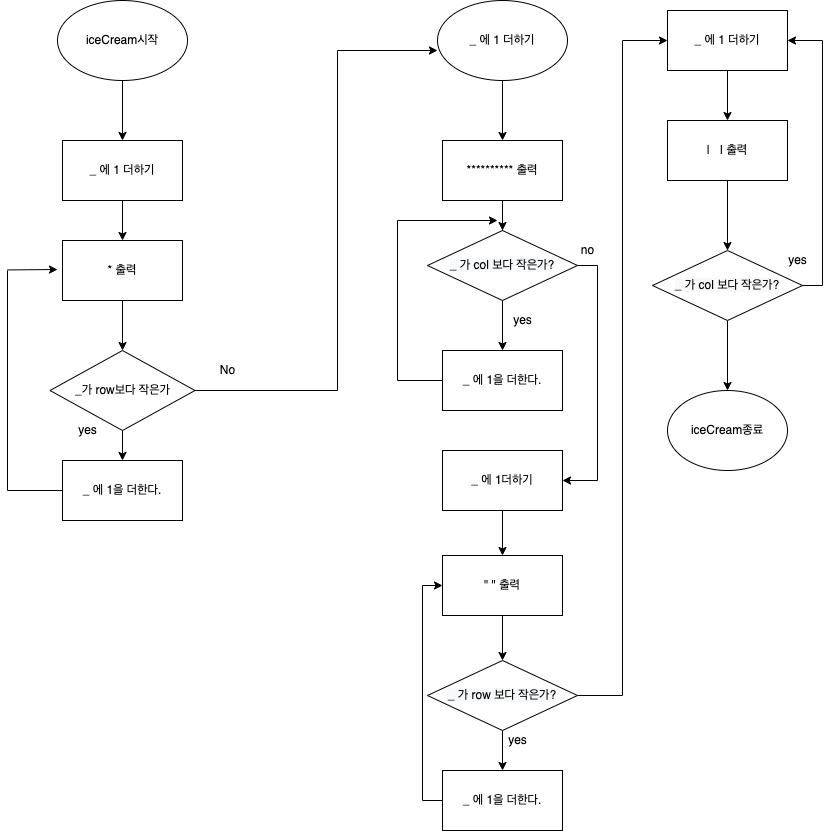
Above: week1_flowchart.png in yagom-academy/swift-starter-camp-4th (draw.io), before the change. Source tidied: cells renumbered, new cells last; positions are measured from the earlier drawing's top-left corner, leaving out a move shared by most shapes.
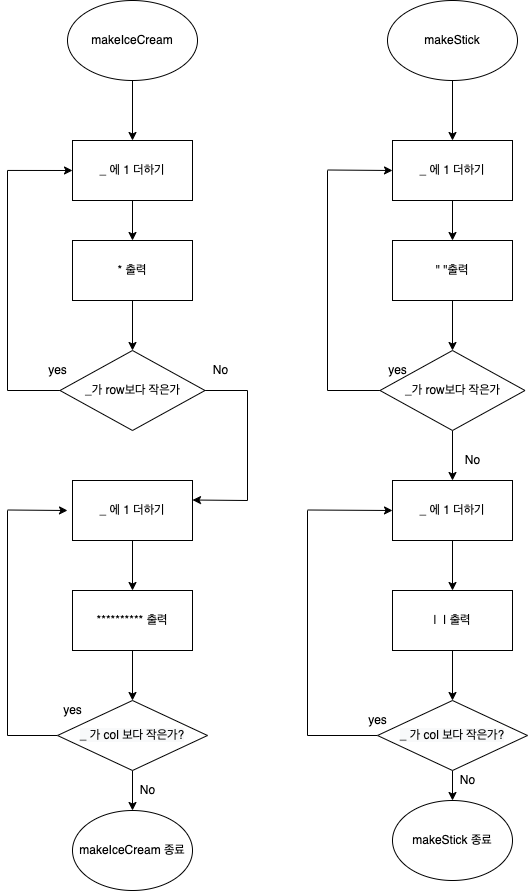
Later version of the same file.

Change to the diagram source:
```diff
@@ -5,7 +5,7 @@
     <mxCell id="2" style="edgeStyle=orthogonalEdgeStyle;rounded=0;jettySize=auto;html=1;exitX=0.5;exitY=1;exitDx=0;exitDy=0;entryX=0.5;entryY=0;entryDx=0;entryDy=0;" parent="1" edge="1" source="3" target="5">
       <mxGeometry relative="1" as="geometry" />
     </mxCell>
-    <mxCell id="3" value="iceCream시작" style="ellipse;whiteSpace=wrap;html=1;" parent="1" vertex="1">
+    <mxCell id="3" value="makeIceCream" style="ellipse;whiteSpace=wrap;html=1;" parent="1" vertex="1">
       <mxGeometry x="50" width="130" height="80" as="geometry" />
     </mxCell>
     <mxCell id="4" style="edgeStyle=orthogonalEdgeStyle;rounded=0;jettySize=auto;html=1;entryX=0.5;entryY=0;entryDx=0;entryDy=0;" parent="1" edge="1" source="5" target="7">
@@ -20,156 +20,153 @@
     <mxCell id="7" value="* 출력" style="rounded=0;whiteSpace=wrap;html=1;" parent="1" vertex="1">
       <mxGeometry x="55" y="240" width="120" height="60" as="geometry" />
     </mxCell>
-    <mxCell id="8" style="edgeStyle=orthogonalEdgeStyle;rounded=0;jettySize=auto;html=1;entryX=0.5;entryY=0;entryDx=0;entryDy=0;endArrow=classic;endFill=1;" parent="1" edge="1" source="10" target="12">
-      <mxGeometry relative="1" as="geometry" />
-    </mxCell>
-    <mxCell id="9" style="edgeStyle=orthogonalEdgeStyle;rounded=0;jettySize=auto;html=1;endArrow=none;endFill=0;" parent="1" edge="1" source="10">
-      <mxGeometry relative="1" as="geometry">
-        <mxPoint x="370" y="50" as="targetPoint" />
-        <Array as="points">
-          <mxPoint x="330" y="390" />
-          <mxPoint x="330" y="50" />
-        </Array>
-      </mxGeometry>
-    </mxCell>
+    <mxCell id="49" style="edgeStyle=orthogonalEdgeStyle;rounded=0;jettySize=auto;html=1;endArrow=none;endFill=0;" parent="1" edge="1" source="10">
+      <mxGeometry relative="1" as="geometry">
+        <mxPoint x="230" y="500" as="targetPoint" />
+        <Array as="points">
+          <mxPoint x="230" y="390" />
+        </Array>
+      </mxGeometry>
+    </mxCell>
+    <mxCell id="50" style="edgeStyle=orthogonalEdgeStyle;rounded=0;jettySize=auto;html=1;endArrow=none;endFill=0;" parent="1" edge="1" source="10">
+      <mxGeometry relative="1" as="geometry">
+        <mxPoint x="-10" y="170" as="targetPoint" />
+      </mxGeometry>
+    </mxCell>
     <mxCell id="10" value="_가 row보다 작은가" style="rhombus;whiteSpace=wrap;html=1;" parent="1" vertex="1">
       <mxGeometry x="42.5" y="350" width="145" height="80" as="geometry" />
     </mxCell>
-    <mxCell id="11" style="edgeStyle=orthogonalEdgeStyle;rounded=0;jettySize=auto;html=1;endArrow=none;endFill=0;" parent="1" edge="1" source="12">
-      <mxGeometry relative="1" as="geometry">
-        <mxPoint y="270" as="targetPoint" />
-      </mxGeometry>
-    </mxCell>
-    <mxCell id="12" value="_ 에 1을 더한다." style="rounded=0;whiteSpace=wrap;html=1;" parent="1" vertex="1">
-      <mxGeometry x="55" y="460" width="120" height="60" as="geometry" />
-    </mxCell>
     <mxCell id="13" value="No" style="text;html=1;align=center;verticalAlign=middle;strokeColor=none;fillColor=none;" parent="1" vertex="1">
-      <mxGeometry x="205" y="360" width="30" height="20" as="geometry" />
+      <mxGeometry x="187.5" y="360" width="30" height="20" as="geometry" />
     </mxCell>
-    <mxCell id="14" style="edgeStyle=orthogonalEdgeStyle;rounded=0;jettySize=auto;html=1;exitX=0.5;exitY=1;exitDx=0;exitDy=0;entryX=0.5;entryY=0;entryDx=0;entryDy=0;" parent="1" edge="1" target="17">
-      <mxGeometry relative="1" as="geometry">
-        <mxPoint x="495" y="80" as="sourcePoint" />
-      </mxGeometry>
-    </mxCell>
-    <mxCell id="15" style="edgeStyle=orthogonalEdgeStyle;rounded=0;jettySize=auto;html=1;entryX=0.5;entryY=0;entryDx=0;entryDy=0;" parent="1" edge="1" source="17">
-      <mxGeometry relative="1" as="geometry">
-        <mxPoint x="495" y="240" as="targetPoint" />
-      </mxGeometry>
-    </mxCell>
-    <mxCell id="16" style="edgeStyle=orthogonalEdgeStyle;rounded=0;jettySize=auto;html=1;entryX=0.5;entryY=0;entryDx=0;entryDy=0;" parent="1" edge="1" source="17" target="21">
-      <mxGeometry relative="1" as="geometry" />
-    </mxCell>
+    <mxCell id="51" style="edgeStyle=orthogonalEdgeStyle;rounded=0;jettySize=auto;html=1;entryX=0.5;entryY=0;entryDx=0;entryDy=0;endArrow=classic;endFill=1;" parent="1" edge="1" source="17" target="55">
+      <mxGeometry relative="1" as="geometry" />
+    </mxCell>
     <mxCell id="17" value="********** 출력" style="rounded=0;whiteSpace=wrap;html=1;" parent="1" vertex="1">
-      <mxGeometry x="435" y="140" width="120" height="60" as="geometry" />
+      <mxGeometry x="55" y="590" width="120" height="60" as="geometry" />
     </mxCell>
-    <mxCell id="18" style="edgeStyle=orthogonalEdgeStyle;rounded=0;orthogonalLoop=1;jettySize=auto;html=1;entryX=0.5;entryY=0;entryDx=0;entryDy=0;" parent="1" edge="1">
-      <mxGeometry relative="1" as="geometry">
-        <mxPoint x="495" y="300" as="sourcePoint" />
-        <mxPoint x="495" y="350" as="targetPoint" />
-      </mxGeometry>
-    </mxCell>
-    <mxCell id="19" value="_ 에 1 더하기" style="ellipse;whiteSpace=wrap;html=1;" parent="1" vertex="1">
-      <mxGeometry x="430" width="130" height="80" as="geometry" />
-    </mxCell>
-    <mxCell id="20" style="edgeStyle=orthogonalEdgeStyle;rounded=0;jettySize=auto;html=1;exitX=1;exitY=0.5;exitDx=0;exitDy=0;entryX=1;entryY=0.5;entryDx=0;entryDy=0;endArrow=classic;endFill=1;" parent="1" edge="1" source="21" target="29">
-      <mxGeometry relative="1" as="geometry" />
-    </mxCell>
-    <mxCell id="21" value="&lt;meta charset=&quot;utf-8&quot;&gt;&lt;span style=&quot;color: rgb(0, 0, 0); font-family: helvetica; font-size: 12px; font-style: normal; font-weight: 400; letter-spacing: normal; text-align: center; text-indent: 0px; text-transform: none; word-spacing: 0px; background-color: rgb(248, 249, 250); display: inline; float: none;&quot;&gt;_ 가 col 보다 작은가?&lt;/span&gt;" style="rhombus;whiteSpace=wrap;html=1;" parent="1" vertex="1">
-      <mxGeometry x="420" y="230" width="150" height="70" as="geometry" />
-    </mxCell>
-    <mxCell id="22" style="edgeStyle=orthogonalEdgeStyle;rounded=0;jettySize=auto;html=1;endArrow=none;endFill=0;" parent="1" edge="1" source="23">
-      <mxGeometry relative="1" as="geometry">
-        <mxPoint x="390" y="220" as="targetPoint" />
-      </mxGeometry>
-    </mxCell>
-    <mxCell id="23" value="_ 에 1을 더한다." style="rounded=0;whiteSpace=wrap;html=1;" parent="1" vertex="1">
-      <mxGeometry x="435" y="350" width="120" height="60" as="geometry" />
-    </mxCell>
     <mxCell id="24" value="yes" style="text;html=1;align=center;verticalAlign=middle;strokeColor=none;fillColor=none;" parent="1" vertex="1">
-      <mxGeometry x="65" y="420" width="30" height="20" as="geometry" />
+      <mxGeometry x="25" y="360" width="30" height="20" as="geometry" />
     </mxCell>
-    <mxCell id="25" value="yes" style="text;html=1;align=center;verticalAlign=middle;strokeColor=none;fillColor=none;" parent="1" vertex="1">
-      <mxGeometry x="500" y="310" width="30" height="20" as="geometry" />
-    </mxCell>
-    <mxCell id="26" style="endArrow=classic;html=1;rounded=0;" parent="1" edge="1">
-      <mxGeometry relative="1" as="geometry">
-        <mxPoint x="390" y="220" as="sourcePoint" />
-        <mxPoint x="490" y="220" as="targetPoint" />
-      </mxGeometry>
-    </mxCell>
-    <mxCell id="27" style="endArrow=classic;html=1;rounded=0;" parent="1" edge="1">
-      <mxGeometry relative="1" as="geometry">
-        <mxPoint x="360" y="50" as="sourcePoint" />
-        <mxPoint x="430" y="50" as="targetPoint" />
-      </mxGeometry>
-    </mxCell>
-    <mxCell id="28" style="edgeStyle=orthogonalEdgeStyle;rounded=0;jettySize=auto;html=1;exitX=0.5;exitY=1;exitDx=0;exitDy=0;entryX=0.5;entryY=0;entryDx=0;entryDy=0;endArrow=classic;endFill=1;" parent="1" edge="1" source="29" target="32">
-      <mxGeometry relative="1" as="geometry" />
-    </mxCell>
-    <mxCell id="29" value="_ 에 1더하기" style="rounded=0;whiteSpace=wrap;html=1;" parent="1" vertex="1">
-      <mxGeometry x="435" y="450" width="120" height="60" as="geometry" />
-    </mxCell>
-    <mxCell id="30" value="no" style="text;html=1;align=center;verticalAlign=middle;strokeColor=none;fillColor=none;" parent="1" vertex="1">
-      <mxGeometry x="565" y="240" width="30" height="20" as="geometry" />
-    </mxCell>
-    <mxCell id="31" style="edgeStyle=orthogonalEdgeStyle;rounded=0;jettySize=auto;html=1;exitX=0.5;exitY=1;exitDx=0;exitDy=0;entryX=0.5;entryY=0;entryDx=0;entryDy=0;endArrow=classic;endFill=1;" parent="1" edge="1" source="32" target="35">
-      <mxGeometry relative="1" as="geometry" />
-    </mxCell>
-    <mxCell id="32" value="&quot; &quot; 출력" style="rounded=0;whiteSpace=wrap;html=1;" parent="1" vertex="1">
-      <mxGeometry x="435" y="555" width="120" height="60" as="geometry" />
-    </mxCell>
-    <mxCell id="33" style="edgeStyle=orthogonalEdgeStyle;rounded=0;jettySize=auto;html=1;exitX=0.5;exitY=1;exitDx=0;exitDy=0;entryX=0.5;entryY=0;entryDx=0;entryDy=0;endArrow=classic;endFill=1;" parent="1" edge="1" source="35" target="37">
-      <mxGeometry relative="1" as="geometry" />
-    </mxCell>
-    <mxCell id="34" style="edgeStyle=orthogonalEdgeStyle;rounded=0;jettySize=auto;html=1;entryX=0;entryY=0.5;entryDx=0;entryDy=0;endArrow=classic;endFill=1;" parent="1" edge="1" source="35" target="41">
-      <mxGeometry relative="1" as="geometry" />
-    </mxCell>
-    <mxCell id="35" value="&lt;span style=&quot;color: rgb(0 , 0 , 0) ; font-family: &amp;#34;helvetica&amp;#34; ; font-size: 12px ; font-style: normal ; font-weight: 400 ; letter-spacing: normal ; text-align: center ; text-indent: 0px ; text-transform: none ; word-spacing: 0px ; background-color: rgb(248 , 249 , 250) ; display: inline ; float: none&quot;&gt;_ 가 row 보다 작은가?&lt;/span&gt;" style="rhombus;whiteSpace=wrap;html=1;" parent="1" vertex="1">
-      <mxGeometry x="420" y="660" width="150" height="70" as="geometry" />
-    </mxCell>
-    <mxCell id="36" style="edgeStyle=orthogonalEdgeStyle;rounded=0;jettySize=auto;html=1;exitX=0;exitY=0.5;exitDx=0;exitDy=0;entryX=0;entryY=0.5;entryDx=0;entryDy=0;endArrow=classic;endFill=1;" parent="1" edge="1" source="37" target="32">
-      <mxGeometry relative="1" as="geometry" />
-    </mxCell>
-    <mxCell id="37" value="_ 에 1을 더한다." style="rounded=0;whiteSpace=wrap;html=1;" parent="1" vertex="1">
-      <mxGeometry x="435" y="770" width="120" height="60" as="geometry" />
-    </mxCell>
-    <mxCell id="38" style="endArrow=classic;html=1;rounded=0;" parent="1" edge="1">
+    <mxCell id="38" style="endArrow=classic;html=1;rounded=0;entryX=0;entryY=0.5;entryDx=0;entryDy=0;" parent="1" edge="1" target="5">
       <mxGeometry relative="1" as="geometry">
-        <mxPoint y="269.4" as="sourcePoint" />
-        <mxPoint x="50" y="269" as="targetPoint" />
+        <mxPoint x="-10" y="169.9" as="sourcePoint" />
       </mxGeometry>
     </mxCell>
-    <mxCell id="39" value="yes" style="text;html=1;align=center;verticalAlign=middle;strokeColor=none;fillColor=none;" parent="1" vertex="1">
-      <mxGeometry x="495" y="730" width="30" height="20" as="geometry" />
-    </mxCell>
-    <mxCell id="40" style="edgeStyle=orthogonalEdgeStyle;rounded=0;jettySize=auto;html=1;exitX=0.5;exitY=1;exitDx=0;exitDy=0;entryX=0.5;entryY=0;entryDx=0;entryDy=0;endArrow=classic;endFill=1;" parent="1" edge="1" source="41">
-      <mxGeometry relative="1" as="geometry">
-        <mxPoint x="720" y="120" as="targetPoint" />
-      </mxGeometry>
-    </mxCell>
+    <mxCell id="52" style="endArrow=classic;html=1;rounded=0;" parent="1" edge="1">
+      <mxGeometry relative="1" as="geometry">
+        <mxPoint x="230" y="500" as="sourcePoint" />
+        <mxPoint x="175" y="499.5" as="targetPoint" />
+      </mxGeometry>
+    </mxCell>
+    <mxCell id="53" style="edgeStyle=orthogonalEdgeStyle;rounded=0;jettySize=auto;html=1;entryX=0.5;entryY=0;entryDx=0;entryDy=0;endArrow=classic;endFill=1;" parent="1" edge="1" source="55" target="57">
+      <mxGeometry relative="1" as="geometry" />
+    </mxCell>
+    <mxCell id="54" style="edgeStyle=orthogonalEdgeStyle;rounded=0;jettySize=auto;html=1;endArrow=none;endFill=0;" parent="1" edge="1" source="55">
+      <mxGeometry relative="1" as="geometry">
+        <mxPoint x="-10" y="510" as="targetPoint" />
+      </mxGeometry>
+    </mxCell>
+    <mxCell id="55" value="&lt;meta charset=&quot;utf-8&quot;&gt;&lt;span style=&quot;color: rgb(0, 0, 0); font-family: helvetica; font-size: 12px; font-style: normal; font-weight: 400; letter-spacing: normal; text-align: center; text-indent: 0px; text-transform: none; word-spacing: 0px; background-color: rgb(248, 249, 250); display: inline; float: none;&quot;&gt;_ 가 col 보다 작은가?&lt;/span&gt;" style="rhombus;whiteSpace=wrap;html=1;" parent="1" vertex="1">
+      <mxGeometry x="40" y="700" width="150" height="70" as="geometry" />
+    </mxCell>
+    <mxCell id="56" value="yes" style="text;html=1;align=center;verticalAlign=middle;strokeColor=none;fillColor=none;" parent="1" vertex="1">
+      <mxGeometry x="40" y="700" width="30" height="20" as="geometry" />
+    </mxCell>
+    <mxCell id="57" value="makeIceCream 종료" style="ellipse;whiteSpace=wrap;html=1;" parent="1" vertex="1">
+      <mxGeometry x="55" y="810" width="120" height="80" as="geometry" />
+    </mxCell>
+    <mxCell id="58" style="edgeStyle=orthogonalEdgeStyle;rounded=0;jettySize=auto;html=1;entryX=0.5;entryY=0;entryDx=0;entryDy=0;endArrow=classic;endFill=1;" parent="1" edge="1" source="59" target="41">
+      <mxGeometry relative="1" as="geometry" />
+    </mxCell>
+    <mxCell id="59" value="makeStick" style="ellipse;whiteSpace=wrap;html=1;" parent="1" vertex="1">
+      <mxGeometry x="370" width="130" height="80" as="geometry" />
+    </mxCell>
+    <mxCell id="60" style="edgeStyle=orthogonalEdgeStyle;rounded=0;jettySize=auto;html=1;entryX=0.5;entryY=0;entryDx=0;entryDy=0;endArrow=classic;endFill=1;" parent="1" edge="1" source="41" target="62">
+      <mxGeometry relative="1" as="geometry" />
+    </mxCell>
     <mxCell id="41" value="_ 에 1 더하기" style="rounded=0;whiteSpace=wrap;html=1;" parent="1" vertex="1">
-      <mxGeometry x="660" y="10" width="120" height="60" as="geometry" />
+      <mxGeometry x="375" y="140" width="120" height="60" as="geometry" />
     </mxCell>
-    <mxCell id="42" style="edgeStyle=orthogonalEdgeStyle;rounded=0;jettySize=auto;html=1;exitX=1;exitY=0.5;exitDx=0;exitDy=0;entryX=1;entryY=0.5;entryDx=0;entryDy=0;endArrow=classic;endFill=1;" parent="1" edge="1" source="44" target="41">
-      <mxGeometry relative="1" as="geometry" />
-    </mxCell>
-    <mxCell id="43" style="edgeStyle=orthogonalEdgeStyle;rounded=0;jettySize=auto;html=1;entryX=0.5;entryY=0;entryDx=0;entryDy=0;endArrow=classic;endFill=1;" parent="1" edge="1" source="44" target="48">
-      <mxGeometry relative="1" as="geometry" />
-    </mxCell>
-    <mxCell id="44" value="&lt;span style=&quot;color: rgb(0 , 0 , 0) ; font-family: &amp;#34;helvetica&amp;#34; ; font-size: 12px ; font-style: normal ; font-weight: 400 ; letter-spacing: normal ; text-align: center ; text-indent: 0px ; text-transform: none ; word-spacing: 0px ; background-color: rgb(248 , 249 , 250) ; display: inline ; float: none&quot;&gt;_ 가 col 보다 작은가?&lt;/span&gt;" style="rhombus;whiteSpace=wrap;html=1;" parent="1" vertex="1">
-      <mxGeometry x="645" y="250" width="150" height="70" as="geometry" />
-    </mxCell>
-    <mxCell id="45" style="edgeStyle=orthogonalEdgeStyle;rounded=0;jettySize=auto;html=1;exitX=0.5;exitY=1;exitDx=0;exitDy=0;entryX=0.5;entryY=0;entryDx=0;entryDy=0;endArrow=classic;endFill=1;" parent="1" edge="1" source="46" target="44">
-      <mxGeometry relative="1" as="geometry" />
-    </mxCell>
+    <mxCell id="61" style="edgeStyle=orthogonalEdgeStyle;rounded=0;jettySize=auto;html=1;entryX=0.5;entryY=0;entryDx=0;entryDy=0;endArrow=classic;endFill=1;" parent="1" edge="1" source="62" target="65">
+      <mxGeometry relative="1" as="geometry" />
+    </mxCell>
+    <mxCell id="62" value="&quot; &quot;출력" style="rounded=0;whiteSpace=wrap;html=1;" parent="1" vertex="1">
+      <mxGeometry x="375" y="240" width="120" height="60" as="geometry" />
+    </mxCell>
+    <mxCell id="63" style="edgeStyle=orthogonalEdgeStyle;rounded=0;jettySize=auto;html=1;endArrow=none;endFill=0;" parent="1" edge="1" source="65">
+      <mxGeometry relative="1" as="geometry">
+        <mxPoint x="310" y="170" as="targetPoint" />
+      </mxGeometry>
+    </mxCell>
+    <mxCell id="64" style="edgeStyle=orthogonalEdgeStyle;rounded=0;jettySize=auto;html=1;entryX=0.5;entryY=0;entryDx=0;entryDy=0;endArrow=classic;endFill=1;" parent="1" edge="1" source="65" target="73">
+      <mxGeometry relative="1" as="geometry" />
+    </mxCell>
+    <mxCell id="65" value="_가 row보다 작은가" style="rhombus;whiteSpace=wrap;html=1;" parent="1" vertex="1">
+      <mxGeometry x="362.5" y="350" width="145" height="80" as="geometry" />
+    </mxCell>
+    <mxCell id="66" style="endArrow=classic;html=1;rounded=0;entryX=0;entryY=0.5;entryDx=0;entryDy=0;" parent="1" edge="1" target="41">
+      <mxGeometry relative="1" as="geometry">
+        <mxPoint x="310" y="169.5" as="sourcePoint" />
+      </mxGeometry>
+    </mxCell>
+    <mxCell id="67" style="edgeStyle=orthogonalEdgeStyle;rounded=0;jettySize=auto;html=1;entryX=0.5;entryY=0;entryDx=0;entryDy=0;endArrow=classic;endFill=1;" parent="1" edge="1" source="68" target="17">
+      <mxGeometry relative="1" as="geometry" />
+    </mxCell>
+    <mxCell id="68" value="&lt;span&gt;_ 에 1 더하기&lt;/span&gt;" style="rounded=0;whiteSpace=wrap;html=1;" parent="1" vertex="1">
+      <mxGeometry x="55" y="480" width="120" height="60" as="geometry" />
+    </mxCell>
+    <mxCell id="69" style="endArrow=classic;html=1;rounded=0;" parent="1" edge="1">
+      <mxGeometry relative="1" as="geometry">
+        <mxPoint x="-10" y="509.5" as="sourcePoint" />
+        <mxPoint x="50" y="510" as="targetPoint" />
+      </mxGeometry>
+    </mxCell>
+    <mxCell id="70" value="No" style="text;html=1;align=center;verticalAlign=middle;strokeColor=none;fillColor=none;" parent="1" vertex="1">
+      <mxGeometry x="115" y="780" width="30" height="20" as="geometry" />
+    </mxCell>
+    <mxCell id="71" value="yes" style="text;html=1;align=center;verticalAlign=middle;strokeColor=none;fillColor=none;" parent="1" vertex="1">
+      <mxGeometry x="365" y="360" width="30" height="20" as="geometry" />
+    </mxCell>
+    <mxCell id="72" style="edgeStyle=orthogonalEdgeStyle;rounded=0;jettySize=auto;html=1;entryX=0.5;entryY=0;entryDx=0;entryDy=0;endArrow=classic;endFill=1;" parent="1" edge="1" source="73" target="46">
+      <mxGeometry relative="1" as="geometry" />
+    </mxCell>
+    <mxCell id="73" value="&lt;span&gt;_ 에 1 더하기&lt;/span&gt;" style="rounded=0;whiteSpace=wrap;html=1;" parent="1" vertex="1">
+      <mxGeometry x="375" y="480" width="120" height="60" as="geometry" />
+    </mxCell>
+    <mxCell id="74" value="No" style="text;html=1;align=center;verticalAlign=middle;strokeColor=none;fillColor=none;" parent="1" vertex="1">
+      <mxGeometry x="440" y="450" width="30" height="20" as="geometry" />
+    </mxCell>
+    <mxCell id="75" style="edgeStyle=orthogonalEdgeStyle;rounded=0;jettySize=auto;html=1;entryX=0.5;entryY=0;entryDx=0;entryDy=0;endArrow=classic;endFill=1;" parent="1" edge="1" source="46" target="78">
+      <mxGeometry relative="1" as="geometry" />
+    </mxCell>
-    <mxCell id="46" value="|&amp;nbsp; &amp;nbsp;| 출력" style="rounded=0;whiteSpace=wrap;html=1;" parent="1" vertex="1">
-      <mxGeometry x="660" y="120" width="120" height="60" as="geometry" />
+    <mxCell id="46" value="|&amp;nbsp; | 출력" style="rounded=0;whiteSpace=wrap;html=1;" parent="1" vertex="1">
+      <mxGeometry x="375" y="590" width="120" height="60" as="geometry" />
     </mxCell>
-    <mxCell id="47" value="yes" style="text;html=1;align=center;verticalAlign=middle;strokeColor=none;fillColor=none;" parent="1" vertex="1">
-      <mxGeometry x="775" y="250" width="30" height="20" as="geometry" />
-    </mxCell>
-    <mxCell id="48" value="iceCream종료" style="ellipse;whiteSpace=wrap;html=1;" parent="1" vertex="1">
-      <mxGeometry x="660" y="390" width="120" height="80" as="geometry" />
-    </mxCell>
+    <mxCell id="76" style="edgeStyle=orthogonalEdgeStyle;rounded=0;jettySize=auto;html=1;endArrow=none;endFill=0;" parent="1" edge="1" source="78">
+      <mxGeometry relative="1" as="geometry">
+        <mxPoint x="290" y="510" as="targetPoint" />
+      </mxGeometry>
+    </mxCell>
+    <mxCell id="77" style="edgeStyle=orthogonalEdgeStyle;rounded=0;jettySize=auto;html=1;entryX=0.5;entryY=0;entryDx=0;entryDy=0;endArrow=classic;endFill=1;" parent="1" edge="1" source="78" target="81">
+      <mxGeometry relative="1" as="geometry" />
+    </mxCell>
+    <mxCell id="78" value="&lt;meta charset=&quot;utf-8&quot;&gt;&lt;span style=&quot;color: rgb(0, 0, 0); font-family: helvetica; font-size: 12px; font-style: normal; font-weight: 400; letter-spacing: normal; text-align: center; text-indent: 0px; text-transform: none; word-spacing: 0px; background-color: rgb(248, 249, 250); display: inline; float: none;&quot;&gt;_ 가 col 보다 작은가?&lt;/span&gt;" style="rhombus;whiteSpace=wrap;html=1;" parent="1" vertex="1">
+      <mxGeometry x="360" y="700" width="150" height="70" as="geometry" />
+    </mxCell>
+    <mxCell id="79" style="endArrow=classic;html=1;rounded=0;entryX=0;entryY=0.5;entryDx=0;entryDy=0;" parent="1" edge="1" target="73">
+      <mxGeometry relative="1" as="geometry">
+        <mxPoint x="290" y="509.5" as="sourcePoint" />
+      </mxGeometry>
+    </mxCell>
+    <mxCell id="80" value="yes" style="text;html=1;align=center;verticalAlign=middle;strokeColor=none;fillColor=none;" parent="1" vertex="1">
+      <mxGeometry x="345" y="710" width="30" height="20" as="geometry" />
+    </mxCell>
+    <mxCell id="81" value="makeStick 종료" style="ellipse;whiteSpace=wrap;html=1;" parent="1" vertex="1">
+      <mxGeometry x="375" y="800" width="120" height="80" as="geometry" />
+    </mxCell>
+    <mxCell id="82" value="No" style="text;html=1;align=center;verticalAlign=middle;strokeColor=none;fillColor=none;" parent="1" vertex="1">
+      <mxGeometry x="435" y="770" width="30" height="20" as="geometry" />
+    </mxCell>
   </root>
 </mxGraphModel>
```
